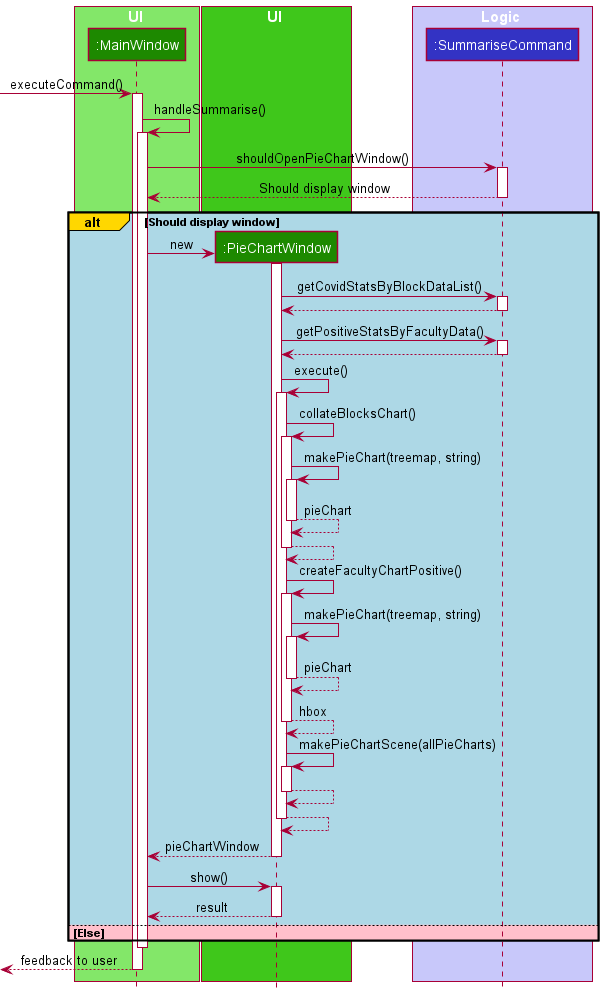
Earlier version of the PlantUML export docs/images/PieChartWindowSequenceDiagram.png (nus-cs2103-AY2122S2/tp). The source it was exported from:
```plantuml
@startuml
!include style.puml

box UI UI_COLOR_T1
participant ":MainWindow" as MainWindow UI_COLOR
end box

box UI UI_COLOR_T2
participant ":PieChartWindow" as PieChartWindow UI_COLOR
end box

box Logic LOGIC_COLOR_T1
participant ":SummariseCommand" as SummariseCommand LOGIC_COLOR
end box

[-> MainWindow : executeCommand()
activate MainWindow

MainWindow -> MainWindow : handleSummarise()
activate MainWindow

MainWindow -> SummariseCommand : shouldOpenPieChartWindow()
activate SummariseCommand

SummariseCommand --> MainWindow : Should display window
deactivate SummariseCommand

alt#Gold #LightBlue Should display window

create PieChartWindow
MainWindow -> PieChartWindow : new


activate PieChartWindow

PieChartWindow -> SummariseCommand : getCovidStatsByBlockDataList()
activate SummariseCommand

SummariseCommand --> PieChartWindow
deactivate SummariseCommand

PieChartWindow -> SummariseCommand : getPositiveStatsByFacultyData()
activate SummariseCommand

SummariseCommand --> PieChartWindow
deactivate SummariseCommand

PieChartWindow -> PieChartWindow : execute()
activate PieChartWindow

PieChartWindow -> PieChartWindow : collateBlocksChart()
activate PieChartWindow

PieChartWindow -> PieChartWindow : makePieChart(treemap, string)
activate PieChartWindow

PieChartWindow --> PieChartWindow : pieChart
deactivate PieChartWindow

PieChartWindow --> PieChartWindow
deactivate PieChartWindow

PieChartWindow -> PieChartWindow : createFacultyChartPositive()
activate PieChartWindow

PieChartWindow -> PieChartWindow : makePieChart(treemap, string)
activate PieChartWindow

PieChartWindow --> PieChartWindow : pieChart
deactivate PieChartWindow

PieChartWindow --> PieChartWindow : hbox

deactivate PieChartWindow

PieChartWindow -> PieChartWindow : makePieChartScene(allPieCharts)
activate PieChartWindow

PieChartWindow --> PieChartWindow
deactivate PieChartWindow

PieChartWindow --> PieChartWindow
deactivate PieChartWindow
PieChartWindow --> MainWindow: pieChartWindow
deactivate PieChartWindow


MainWindow -> PieChartWindow : show()
activate PieChartWindow

MainWindow <--PieChartWindow : result
deactivate PieChartWindow

else #Pink Else

end
deactivate MainWindow
[<--MainWindow : feedback to user
deactivate MainWindow
@enduml
```
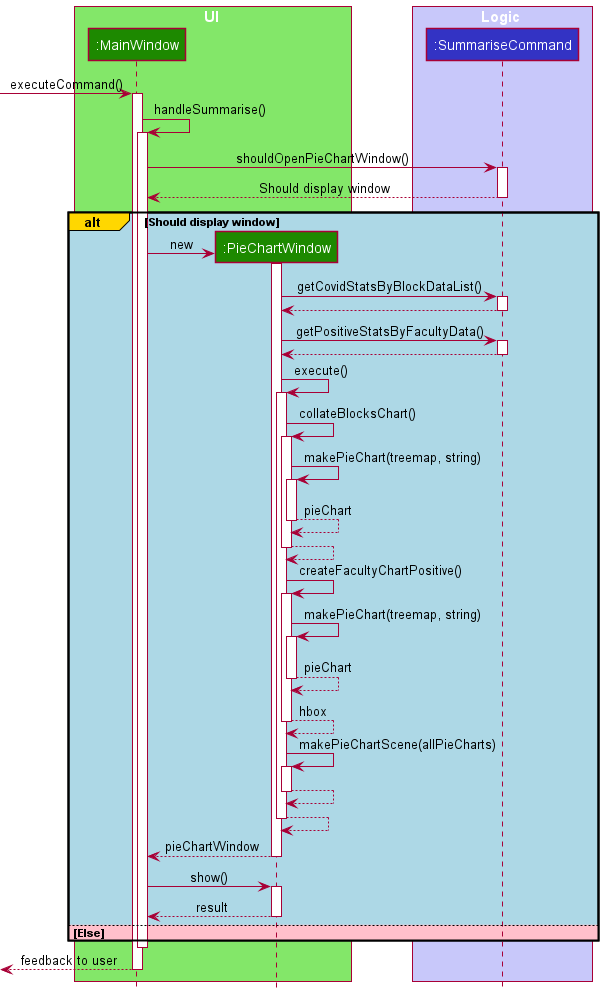
After the change.

Commit message:
Update sequence diagram for pie chart window feature

What changed in the source:
```diff
@@ -3,9 +3,6 @@
 
 box UI UI_COLOR_T1
 participant ":MainWindow" as MainWindow UI_COLOR
-end box
-
-box UI UI_COLOR_T2
 participant ":PieChartWindow" as PieChartWindow UI_COLOR
 end box
 
```
